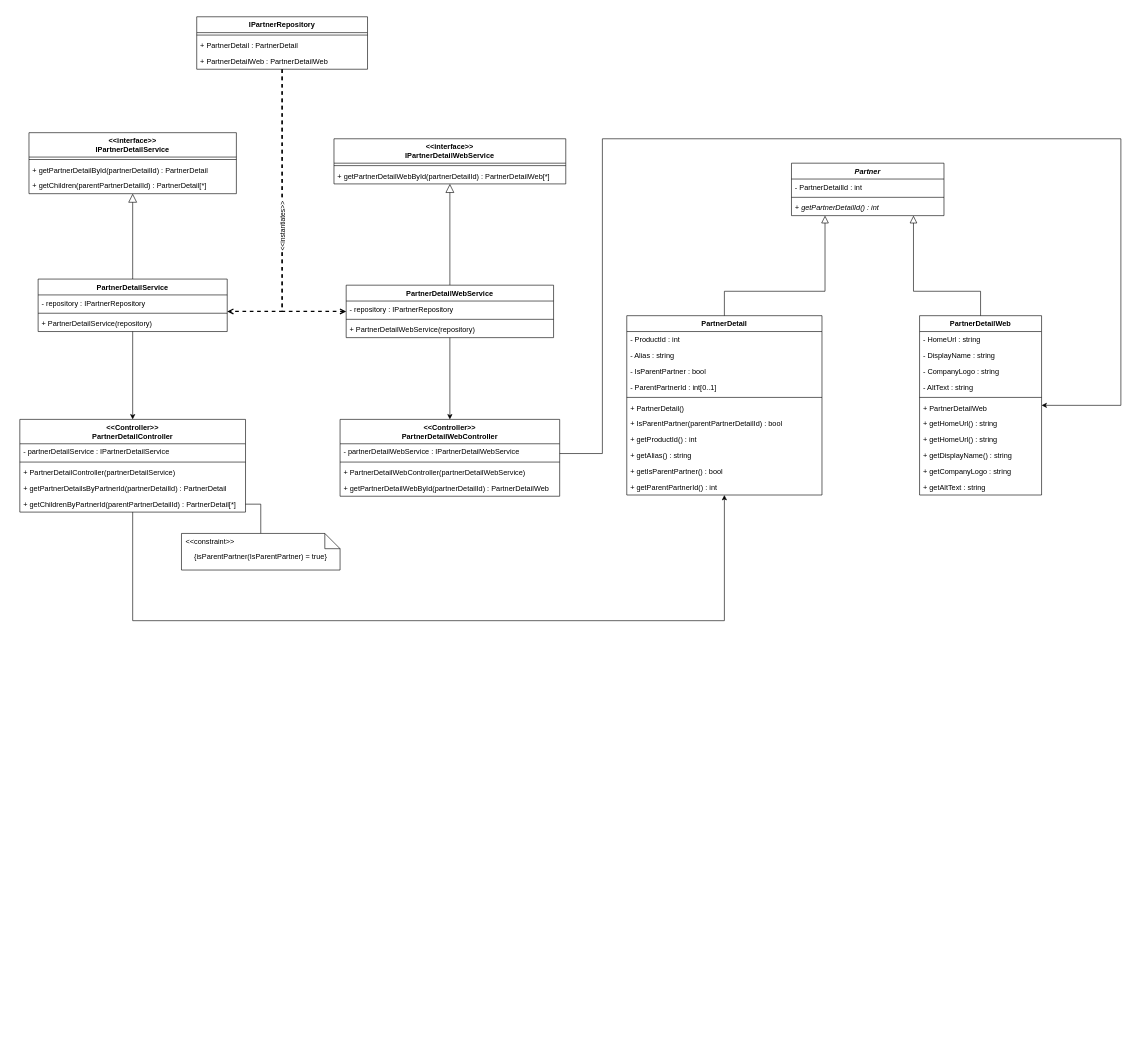
The draw.io diagram ClassDiagramForDisplayRules.drawio in learningCurve89/WorkBasedPortfolios, before the edit. Source tidied: cells renumbered, new cells numbered last; positions are measured from the earlier drawing's top-left corner, leaving out a move shared by most shapes. Both pictures are drawn from the tidied source at 61%, with x=0, y=0 at pixel (20, 16).
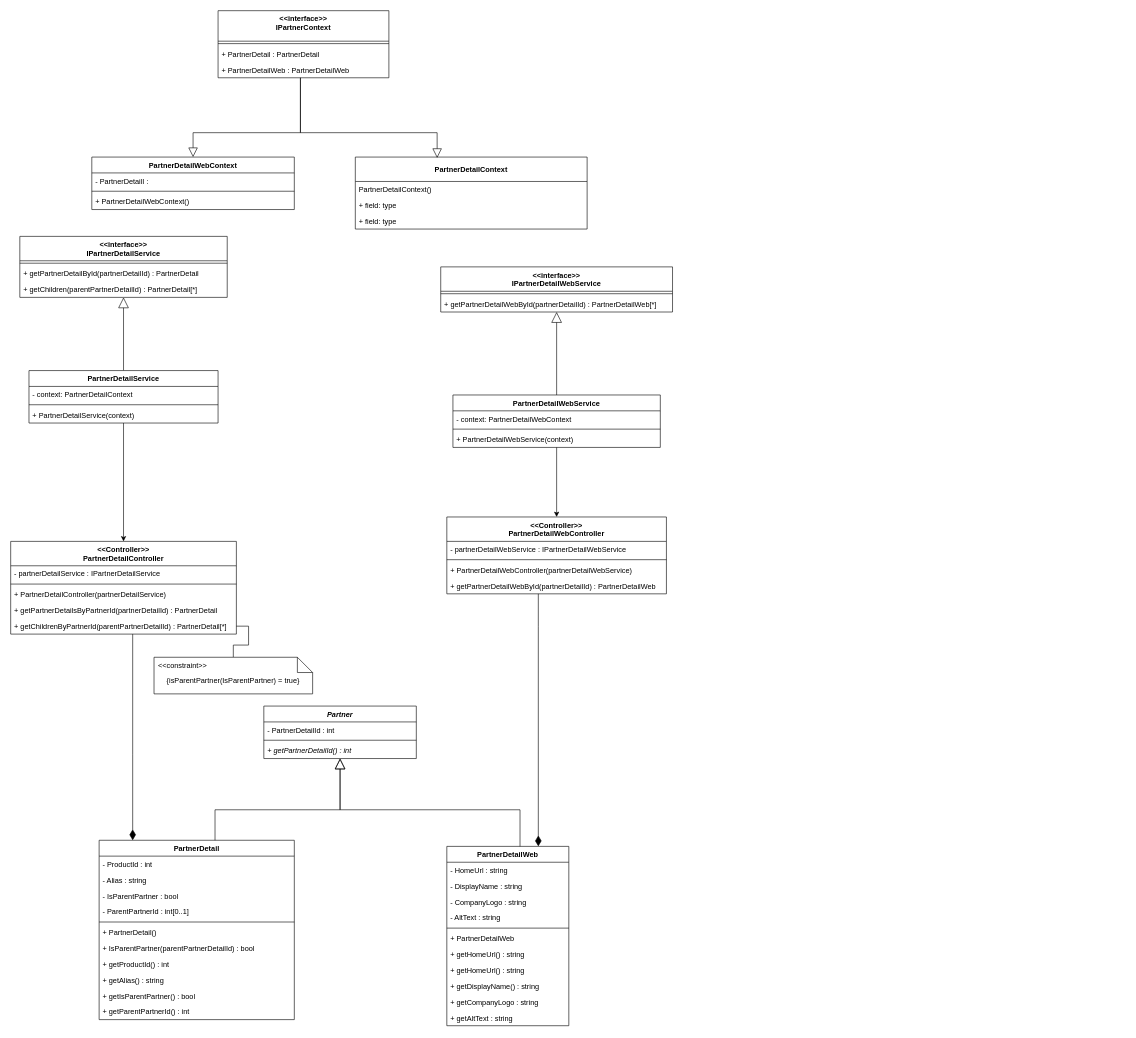
Above is the later version.

What changed in the source:
```diff
@@
     <mxCell id="2" value="PartnerDetail" style="swimlane;fontStyle=1;align=center;verticalAlign=top;horizontal=1;startSize=26;" parent="1" vertex="1">
-      <mxGeometry x="995" y="490" width="320" height="294" as="geometry" />
+      <mxGeometry x="130" y="1350" width="320" height="294" as="geometry" />
     </mxCell>
@@
-    <mxCell id="14" style="edgeStyle=orthogonalEdgeStyle;rounded=0;jettySize=auto;html=1;" parent="1" edge="1" source="15" target="20">
+    <mxCell id="14" style="edgeStyle=orthogonalEdgeStyle;rounded=0;jettySize=auto;html=1;entryX=0.75;entryY=0;entryDx=0;entryDy=0;endArrow=diamondThin;endFill=1;endSize=15;strokeWidth=1;" parent="1" edge="1" source="15" target="20">
       <mxGeometry relative="1" as="geometry">
         <Array as="points">
-          <mxPoint x="955" y="716" />
-          <mxPoint x="955" y="200" />
-          <mxPoint x="1805" y="200" />
+          <mxPoint x="850" y="1000" />
+          <mxPoint x="850" y="1000" />
         </Array>
       </mxGeometry>
     </mxCell>
     <mxCell id="15" value="&lt;&lt;Controller&gt;&gt;&#10;PartnerDetailWebController" style="swimlane;fontStyle=1;align=center;verticalAlign=top;horizontal=1;startSize=40;" parent="1" vertex="1">
-      <mxGeometry x="525" y="660" width="360" height="126" as="geometry" />
+      <mxGeometry x="700" y="820" width="360" height="126" as="geometry" />
     </mxCell>
@@
     <mxCell id="20" value="PartnerDetailWeb" style="swimlane;fontStyle=1;align=center;verticalAlign=top;horizontal=1;startSize=26;" parent="1" vertex="1">
-      <mxGeometry x="1475" y="490" width="200" height="294" as="geometry" />
+      <mxGeometry x="700" y="1360" width="200" height="294" as="geometry" />
     </mxCell>
@@
     <mxCell id="32" value="Partner" style="swimlane;fontStyle=3;align=center;verticalAlign=top;horizontal=1;startSize=26;" parent="1" vertex="1">
-      <mxGeometry x="1265" y="240" width="250" height="86" as="geometry" />
+      <mxGeometry x="400" y="1130" width="250" height="86" as="geometry" />
     </mxCell>
@@
-    <mxCell id="36" style="endArrow=block;endSize=10;endFill=0;shadow=0;strokeWidth=1;rounded=0;edgeStyle=elbowEdgeStyle;elbow=vertical;" parent="1" edge="1" source="2" target="32">
+    <mxCell id="36" style="endArrow=block;endSize=15;endFill=0;shadow=0;strokeWidth=1;rounded=0;edgeStyle=elbowEdgeStyle;elbow=vertical;" parent="1" edge="1" source="2" target="32">
       <mxGeometry relative="1" as="geometry">
         <Array as="points">
-          <mxPoint x="1320" y="450" />
+          <mxPoint x="320" y="1300" />
+          <mxPoint x="675" y="1300" />
         </Array>
       </mxGeometry>
     </mxCell>
-    <mxCell id="37" style="endArrow=block;endSize=10;endFill=0;shadow=0;strokeWidth=1;rounded=0;edgeStyle=elbowEdgeStyle;elbow=vertical;" parent="1" edge="1" source="20" target="32">
+    <mxCell id="37" style="endArrow=block;endSize=15;endFill=0;shadow=0;strokeWidth=1;rounded=0;edgeStyle=elbowEdgeStyle;elbow=vertical;" parent="1" edge="1" source="20" target="32">
       <mxGeometry relative="1" as="geometry">
         <Array as="points">
-          <mxPoint x="1465" y="450" />
-          <mxPoint x="1475" y="810" />
+          <mxPoint x="820" y="1300" />
+          <mxPoint x="830" y="1660" />
         </Array>
       </mxGeometry>
     </mxCell>
-    <mxCell id="38" style="edgeStyle=orthogonalEdgeStyle;rounded=0;jettySize=auto;html=1;" parent="1" edge="1" source="39" target="2">
+    <mxCell id="38" style="edgeStyle=orthogonalEdgeStyle;rounded=0;jettySize=auto;html=1;endArrow=diamondThin;endFill=1;strokeWidth=1;endSize=15;" parent="1" edge="1" source="39" target="2">
       <mxGeometry relative="1" as="geometry">
         <Array as="points">
-          <mxPoint x="185" y="990" />
-          <mxPoint x="1155" y="990" />
+          <mxPoint x="185" y="1210" />
+          <mxPoint x="185" y="1210" />
         </Array>
       </mxGeometry>
     </mxCell>
     <mxCell id="39" value="&lt;&lt;Controller&gt;&gt;&#10;PartnerDetailController" style="swimlane;fontStyle=1;align=center;verticalAlign=top;horizontal=1;startSize=40;" parent="1" vertex="1">
-      <mxGeometry y="660" width="370" height="152" as="geometry" />
+      <mxGeometry x="-15" y="860" width="370" height="152" as="geometry" />
     </mxCell>
@@
     <mxCell id="46" value="{isParentPartner(IsParentPartner) = true}" style="shape=note2;boundedLbl=1;whiteSpace=wrap;html=1;size=25;verticalAlign=top;align=center;" parent="1" vertex="1">
-      <mxGeometry x="265" y="847" width="260" height="60" as="geometry" />
+      <mxGeometry x="220" y="1050" width="260" height="60" as="geometry" />
     </mxCell>
@@
     <mxCell id="48" value="&lt;&lt;interface&gt;&gt;&#10;IPartnerDetailService" style="swimlane;fontStyle=1;align=center;verticalAlign=top;horizontal=1;startSize=40;" parent="1" vertex="1">
-      <mxGeometry x="15" y="190" width="340" height="100" as="geometry" />
+      <mxGeometry y="360" width="340" height="100" as="geometry" />
     </mxCell>
@@
-    <mxCell id="52" style="edgeStyle=orthogonalEdgeStyle;rounded=0;jettySize=auto;html=1;dashed=1;endArrow=open;endFill=0;strokeWidth=2;" parent="1" edge="1" source="54" target="64">
+    <mxCell id="52" style="edgeStyle=orthogonalEdgeStyle;rounded=0;jettySize=auto;html=1;endArrow=block;endFill=0;strokeWidth=1;endSize=13;entryX=0.5;entryY=0;entryDx=0;entryDy=0;" parent="1" edge="1" source="54" target="78">
       <mxGeometry relative="1" as="geometry">
         <Array as="points">
-          <mxPoint x="430" y="483" />
+          <mxPoint x="460" y="190" />
+          <mxPoint x="284" y="190" />
         </Array>
       </mxGeometry>
     </mxCell>
-    <mxCell id="53" style="edgeStyle=orthogonalEdgeStyle;rounded=0;jettySize=auto;html=1;dashed=1;strokeWidth=2;endArrow=open;endFill=0;" parent="1" edge="1" source="54" target="69">
+    <mxCell id="53" style="edgeStyle=orthogonalEdgeStyle;rounded=0;jettySize=auto;html=1;strokeWidth=1;endArrow=block;endFill=0;endSize=13;entryX=0.353;entryY=0.012;entryDx=0;entryDy=0;entryPerimeter=0;" parent="1" edge="1" source="54" target="74">
       <mxGeometry relative="1" as="geometry">
         <Array as="points">
-          <mxPoint x="430" y="483" />
+          <mxPoint x="460" y="190" />
+          <mxPoint x="684" y="190" />
         </Array>
       </mxGeometry>
     </mxCell>
-    <mxCell id="54" value="IPartnerRepository" style="swimlane;fontStyle=1;align=center;verticalAlign=top;horizontal=1;startSize=26;" parent="1" vertex="1">
-      <mxGeometry x="290" width="280" height="86" as="geometry" />
+    <mxCell id="54" value="&lt;&lt;interface&gt;&gt;&#10;IPartnerContext" style="swimlane;fontStyle=1;align=center;verticalAlign=top;horizontal=1;startSize=50;" parent="1" vertex="1">
+      <mxGeometry x="325" y="-10" width="280" height="110" as="geometry" />
     </mxCell>
     <mxCell id="55" style="line;strokeWidth=1;fillColor=none;align=left;verticalAlign=middle;spacingTop=-1;spacingLeft=3;spacingRight=3;labelPosition=right;" parent="54" vertex="1">
-      <mxGeometry y="26" width="280" height="8" as="geometry" />
+      <mxGeometry y="50" width="280" height="8" as="geometry" />
     </mxCell>
     <mxCell id="56" value="+ PartnerDetail : PartnerDetail" style="text;strokeColor=none;fillColor=none;align=left;verticalAlign=top;spacingLeft=4;spacingRight=4;overflow=hidden;" parent="54" vertex="1">
-      <mxGeometry y="34" width="280" height="26" as="geometry" />
+      <mxGeometry y="58" width="280" height="26" as="geometry" />
     </mxCell>
     <mxCell id="57" value="+ PartnerDetailWeb : PartnerDetailWeb" style="text;strokeColor=none;fillColor=none;align=left;verticalAlign=top;spacingLeft=4;spacingRight=4;overflow=hidden;" parent="54" vertex="1">
-      <mxGeometry y="60" width="280" height="26" as="geometry" />
+      <mxGeometry y="84" width="280" height="26" as="geometry" />
     </mxCell>
     <mxCell id="58" value="&lt;&lt;interface&gt;&gt;&#10;IPartnerDetailWebService" style="swimlane;fontStyle=1;align=center;verticalAlign=top;horizontal=1;startSize=40;" parent="1" vertex="1">
-      <mxGeometry x="515" y="200" width="380" height="74" as="geometry" />
+      <mxGeometry x="690" y="410" width="380" height="74" as="geometry" />
     </mxCell>
@@
-    <mxCell id="61" style="endArrow=block;endFill=0;endSize=12;html=1;" parent="1" edge="1" source="64" target="48">
+    <mxCell id="61" style="endArrow=block;endFill=0;endSize=15;html=1;" parent="1" edge="1" source="64" target="48">
       <mxGeometry relative="1" as="geometry" />
     </mxCell>
-    <mxCell id="62" style="endArrow=block;endFill=0;endSize=12;html=1;" parent="1" edge="1" source="69" target="58">
+    <mxCell id="62" style="endArrow=block;endFill=0;endSize=15;html=1;" parent="1" edge="1" source="69" target="58">
       <mxGeometry relative="1" as="geometry" />
     </mxCell>
@@
     <mxCell id="64" value="PartnerDetailService" style="swimlane;fontStyle=1;align=center;verticalAlign=top;horizontal=1;startSize=26;" parent="1" vertex="1">
-      <mxGeometry x="30" y="430" width="310" height="86" as="geometry" />
+      <mxGeometry x="15" y="580" width="310" height="86" as="geometry" />
     </mxCell>
-    <mxCell id="65" value="- repository : IPartnerRepository" style="text;strokeColor=none;fillColor=none;align=left;verticalAlign=top;spacingLeft=4;spacingRight=4;overflow=hidden;" parent="64" vertex="1">
+    <mxCell id="65" value="- context: PartnerDetailContext" style="text;strokeColor=none;fillColor=none;align=left;verticalAlign=top;spacingLeft=4;spacingRight=4;overflow=hidden;" parent="64" vertex="1">
       <mxGeometry y="26" width="310" height="26" as="geometry" />
     </mxCell>
@@
-    <mxCell id="67" value="+ PartnerDetailService(repository)" style="text;strokeColor=none;fillColor=none;align=left;verticalAlign=top;spacingLeft=4;spacingRight=4;overflow=hidden;" parent="64" vertex="1">
+    <mxCell id="67" value="+ PartnerDetailService(context)" style="text;strokeColor=none;fillColor=none;align=left;verticalAlign=top;spacingLeft=4;spacingRight=4;overflow=hidden;" parent="64" vertex="1">
       <mxGeometry y="60" width="310" height="26" as="geometry" />
     </mxCell>
@@
     <mxCell id="69" value="PartnerDetailWebService" style="swimlane;fontStyle=1;align=center;verticalAlign=top;horizontal=1;startSize=26;" parent="1" vertex="1">
-      <mxGeometry x="535" y="440" width="340" height="86" as="geometry" />
+      <mxGeometry x="710" y="620" width="340" height="86" as="geometry" />
     </mxCell>
-    <mxCell id="70" value="- repository : IPartnerRepository" style="text;strokeColor=none;fillColor=none;align=left;verticalAlign=top;spacingLeft=4;spacingRight=4;overflow=hidden;" parent="69" vertex="1">
+    <mxCell id="70" value="- context: PartnerDetailWebContext" style="text;strokeColor=none;fillColor=none;align=left;verticalAlign=top;spacingLeft=4;spacingRight=4;overflow=hidden;" parent="69" vertex="1">
       <mxGeometry y="26" width="340" height="26" as="geometry" />
     </mxCell>
@@
-    <mxCell id="72" value="+ PartnerDetailWebService(repository)" style="text;strokeColor=none;fillColor=none;align=left;verticalAlign=top;spacingLeft=4;spacingRight=4;overflow=hidden;" parent="69" vertex="1">
+    <mxCell id="72" value="+ PartnerDetailWebService(context)" style="text;strokeColor=none;fillColor=none;align=left;verticalAlign=top;spacingLeft=4;spacingRight=4;overflow=hidden;" parent="69" vertex="1">
       <mxGeometry y="60" width="340" height="26" as="geometry" />
     </mxCell>
-    <mxCell id="73" value="&amp;lt;&amp;lt;instantiates&amp;gt;&amp;gt;" style="edgeLabel;html=1;align=center;verticalAlign=middle;rotation=-90;" parent="1" vertex="1">
-      <mxGeometry x="430" y="344.6" as="geometry" />
-    </mxCell>
+    <mxCell id="74" value="PartnerDetailContext" style="swimlane;fontStyle=1;horizontal=1;startSize=40;fillColor=none;" parent="1" vertex="1">
+      <mxGeometry x="550" y="230" width="380" height="118" as="geometry" />
+    </mxCell>
+    <mxCell id="75" value="PartnerDetailContext()" style="text;strokeColor=none;fillColor=none;align=left;verticalAlign=top;spacingLeft=4;spacingRight=4;overflow=hidden;" parent="74" vertex="1">
+      <mxGeometry y="40" width="380" height="26" as="geometry" />
+    </mxCell>
+    <mxCell id="76" value="+ field: type" style="text;strokeColor=none;fillColor=none;align=left;verticalAlign=top;spacingLeft=4;spacingRight=4;overflow=hidden;" parent="74" vertex="1">
+      <mxGeometry y="66" width="380" height="26" as="geometry" />
+    </mxCell>
+    <mxCell id="77" value="+ field: type" style="text;strokeColor=none;fillColor=none;align=left;verticalAlign=top;spacingLeft=4;spacingRight=4;overflow=hidden;" parent="74" vertex="1">
+      <mxGeometry y="92" width="380" height="26" as="geometry" />
+    </mxCell>
+    <mxCell id="78" value="PartnerDetailWebContext" style="swimlane;fontStyle=1;align=center;verticalAlign=top;horizontal=1;startSize=26;" parent="1" vertex="1">
+      <mxGeometry x="118" y="230" width="332" height="86" as="geometry" />
+    </mxCell>
+    <mxCell id="79" value="- PartnerDetailI : " style="text;strokeColor=none;fillColor=none;align=left;verticalAlign=top;spacingLeft=4;spacingRight=4;overflow=hidden;" parent="78" vertex="1">
+      <mxGeometry y="26" width="332" height="26" as="geometry" />
+    </mxCell>
+    <mxCell id="80" style="line;strokeWidth=1;fillColor=none;align=left;verticalAlign=middle;spacingTop=-1;spacingLeft=3;spacingRight=3;labelPosition=right;" parent="78" vertex="1">
+      <mxGeometry y="52" width="332" height="8" as="geometry" />
+    </mxCell>
+    <mxCell id="81" value="+ PartnerDetailWebContext()" style="text;strokeColor=none;fillColor=none;align=left;verticalAlign=top;spacingLeft=4;spacingRight=4;overflow=hidden;" parent="78" vertex="1">
+      <mxGeometry y="60" width="332" height="26" as="geometry" />
+    </mxCell>
```
